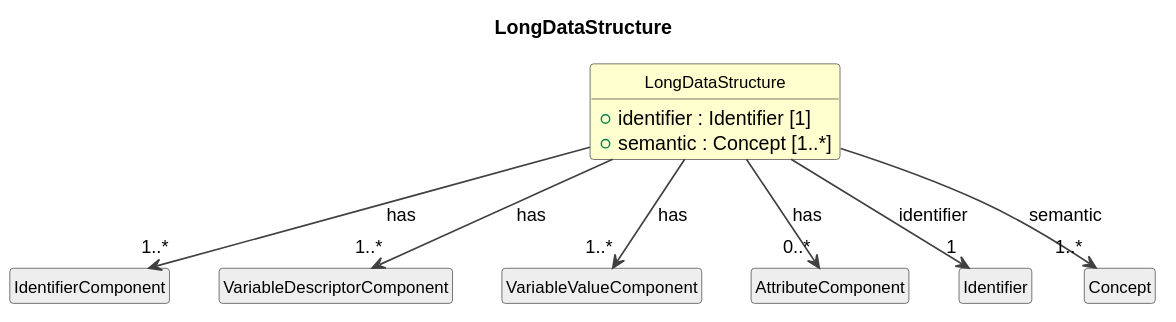
This is cdif-uml-model/_plantuml/cdifDataStructure/Classes/LongDataStructure.svg from Cross-Domain-Interoperability-Framework/metadataBuildingBlocks, a PlantUML export, as it was before one commit. The source it was exported from:
```plantuml
@startuml
title LongDataStructure
hide circle
hide empty members
skinparam shadowing false
skinparam ArrowThickness 1.2
skinparam class {
  ArrowColor #404040
  BorderColor #404040
  FontSize 12
}

class "LongDataStructure" as LongDataStructure #FEFECE {
  +identifier : Identifier [1]
  +semantic : Concept [1..*]
}
class "IdentifierComponent" as IdentifierComponent #EEEEEE
LongDataStructure --> "1..*" IdentifierComponent : has
class "VariableDescriptorComponent" as VariableDescriptorComponent #EEEEEE
LongDataStructure --> "1..*" VariableDescriptorComponent : has
class "VariableValueComponent" as VariableValueComponent #EEEEEE
LongDataStructure --> "1..*" VariableValueComponent : has
class "AttributeComponent" as AttributeComponent #EEEEEE
LongDataStructure --> "0..*" AttributeComponent : has
class "Identifier" as Identifier #EEEEEE
LongDataStructure --> "1" Identifier : identifier
class "Concept" as Concept #EEEEEE
LongDataStructure --> "1..*" Concept : semantic
@enduml
```
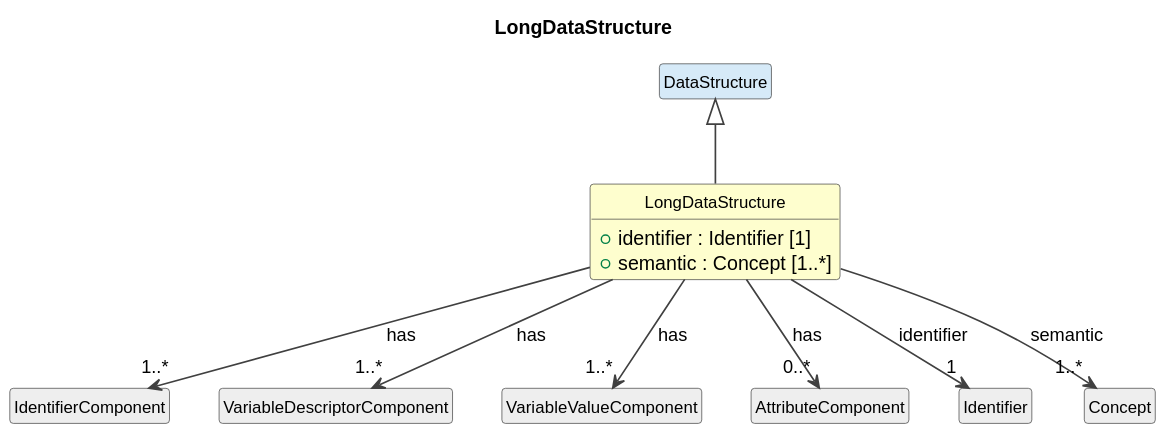
Later version of the same file.

The edit, as a diff of the source:
```diff
@@ -14,6 +14,8 @@
   +identifier : Identifier [1]
   +semantic : Concept [1..*]
 }
+class "DataStructure" as DataStructure #D6EAF8
+DataStructure <|-- LongDataStructure
 class "IdentifierComponent" as IdentifierComponent #EEEEEE
 LongDataStructure --> "1..*" IdentifierComponent : has
 class "VariableDescriptorComponent" as VariableDescriptorComponent #EEEEEE
```
